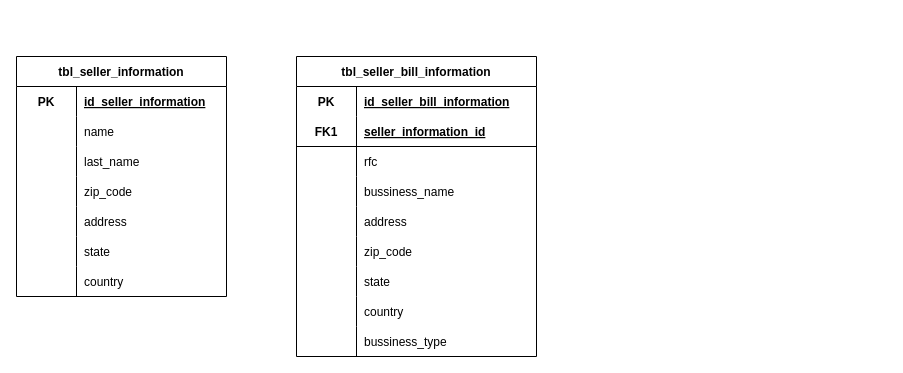
This is Untitled Diagram.drawio from Abahafart/entity-relation, a draw.io file, before an edit. Source tidied: cells renumbered, new cells numbered last; positions are measured from the earlier drawing's top-left corner, leaving out a move shared by most shapes. Both pictures are drawn from the tidied source at 100%, with x=0, y=0 at pixel (16, 56).
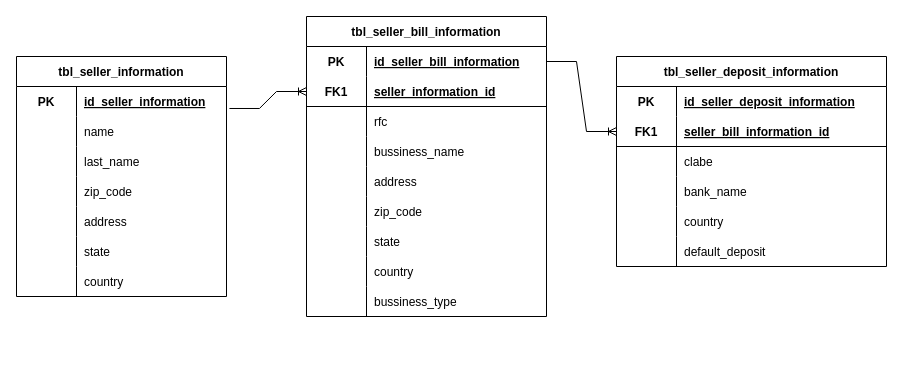
The same diagram, later.

Commit message:
add third table tbl_seller_deposit_information

Unchanged cells that the change refers to:
```xml
<mxCell id="3" style="shape=tableRow;horizontal=0;startSize=0;swimlaneHead=0;swimlaneBody=0;fillColor=none;points=[[0,0.5],[1,0.5]];portConstraint=eastwest;top=0;left=0;right=0;bottom=0;" parent="2" vertex="1">
  <mxGeometry y="30" width="210" height="30" as="geometry" />
</mxCell>
<mxCell id="25" style="shape=tableRow;horizontal=0;startSize=0;swimlaneHead=0;swimlaneBody=0;fillColor=none;points=[[0,0.5],[1,0.5]];portConstraint=eastwest;top=0;left=0;right=0;bottom=0;" parent="24" vertex="1">
  <mxGeometry y="30" width="240" height="30" as="geometry" />
</mxCell>
<mxCell id="28" style="shape=tableRow;horizontal=0;startSize=0;swimlaneHead=0;swimlaneBody=0;fillColor=none;points=[[0,0.5],[1,0.5]];portConstraint=eastwest;top=0;left=0;right=0;bottom=1;" parent="24" vertex="1">
  <mxGeometry y="60" width="240" height="30" as="geometry" />
</mxCell>
```

The edit, as a diff of the source:
```diff
@@
     <mxCell id="24" value="tbl_seller_bill_information" style="shape=table;startSize=30;childLayout=tableLayout;rowLines=0;fontStyle=1;align=center;" parent="1" vertex="1">
-      <mxGeometry x="280" width="240" height="300" as="geometry" />
+      <mxGeometry x="290" y="-40" width="240" height="300" as="geometry" />
     </mxCell>
@@
+    <mxCell id="52" style="edgeStyle=entityRelationEdgeStyle;fontSize=12;html=1;endArrow=ERoneToMany;rounded=0;entryX=0;entryY=0.5;entryDx=0;entryDy=0;exitX=1.014;exitY=0.733;exitDx=0;exitDy=0;exitPerimeter=0;" parent="1" edge="1" source="3" target="28">
+      <mxGeometry relative="1" as="geometry" />
+    </mxCell>
+    <mxCell id="53" value="tbl_seller_deposit_information" style="shape=table;startSize=30;childLayout=tableLayout;rowLines=0;fontStyle=1;align=center;" parent="1" vertex="1">
+      <mxGeometry x="600" width="270" height="210" as="geometry" />
+    </mxCell>
+    <mxCell id="54" style="shape=tableRow;horizontal=0;startSize=0;swimlaneHead=0;swimlaneBody=0;fillColor=none;top=0;left=0;right=0;bottom=0;" parent="53" vertex="1">
+      <mxGeometry y="30" width="270" height="30" as="geometry" />
+    </mxCell>
+    <mxCell id="55" value="PK" style="shape=partialRectangle;fillColor=none;top=0;left=0;bottom=0;right=0;fontStyle=1;overflow=hidden;" parent="54" vertex="1">
+      <mxGeometry width="60" height="30" as="geometry" />
+    </mxCell>
+    <mxCell id="56" value="id_seller_deposit_information" style="shape=partialRectangle;fillColor=none;top=0;left=0;bottom=0;right=0;align=left;spacingLeft=6;fontStyle=5;overflow=hidden;" parent="54" vertex="1">
+      <mxGeometry x="60" width="210" height="30" as="geometry" />
+    </mxCell>
+    <mxCell id="57" style="shape=tableRow;horizontal=0;startSize=0;swimlaneHead=0;swimlaneBody=0;fillColor=none;points=[[0,0.5],[1,0.5]];portConstraint=eastwest;top=0;left=0;right=0;bottom=1;" parent="53" vertex="1">
+      <mxGeometry y="60" width="270" height="30" as="geometry" />
+    </mxCell>
+    <mxCell id="58" value="FK1" style="shape=partialRectangle;fillColor=none;top=0;left=0;bottom=0;right=0;fontStyle=1;overflow=hidden;" parent="57" vertex="1">
+      <mxGeometry width="60" height="30" as="geometry" />
+    </mxCell>
+    <mxCell id="59" value="seller_bill_information_id" style="shape=partialRectangle;fillColor=none;top=0;left=0;bottom=0;right=0;align=left;spacingLeft=6;fontStyle=5;overflow=hidden;" parent="57" vertex="1">
+      <mxGeometry x="60" width="210" height="30" as="geometry" />
+    </mxCell>
+    <mxCell id="60" style="shape=tableRow;horizontal=0;startSize=0;swimlaneHead=0;swimlaneBody=0;fillColor=none;top=0;left=0;right=0;bottom=0;" parent="53" vertex="1">
+      <mxGeometry y="90" width="270" height="30" as="geometry" />
+    </mxCell>
+    <mxCell id="61" style="shape=partialRectangle;fillColor=none;top=0;left=0;bottom=0;right=0;overflow=hidden;" parent="60" vertex="1">
+      <mxGeometry width="60" height="30" as="geometry" />
+    </mxCell>
+    <mxCell id="62" value="clabe" style="shape=partialRectangle;fillColor=none;top=0;left=0;bottom=0;right=0;align=left;spacingLeft=6;overflow=hidden;" parent="60" vertex="1">
+      <mxGeometry x="60" width="210" height="30" as="geometry" />
+    </mxCell>
+    <mxCell id="63" style="shape=tableRow;horizontal=0;startSize=0;swimlaneHead=0;swimlaneBody=0;fillColor=none;top=0;left=0;right=0;bottom=0;" parent="53" vertex="1">
+      <mxGeometry y="120" width="270" height="30" as="geometry" />
+    </mxCell>
+    <mxCell id="64" style="shape=partialRectangle;fillColor=none;top=0;left=0;bottom=0;right=0;overflow=hidden;" parent="63" vertex="1">
+      <mxGeometry width="60" height="30" as="geometry" />
+    </mxCell>
+    <mxCell id="65" value="bank_name" style="shape=partialRectangle;fillColor=none;top=0;left=0;bottom=0;right=0;align=left;spacingLeft=6;overflow=hidden;" parent="63" vertex="1">
+      <mxGeometry x="60" width="210" height="30" as="geometry" />
+    </mxCell>
+    <mxCell id="66" style="shape=tableRow;horizontal=0;startSize=0;swimlaneHead=0;swimlaneBody=0;fillColor=none;top=0;left=0;right=0;bottom=0;" parent="53" vertex="1">
+      <mxGeometry y="150" width="270" height="30" as="geometry" />
+    </mxCell>
+    <mxCell id="67" style="shape=partialRectangle;fillColor=none;top=0;left=0;bottom=0;right=0;overflow=hidden;" parent="66" vertex="1">
+      <mxGeometry width="60" height="30" as="geometry" />
+    </mxCell>
+    <mxCell id="68" value="country" style="shape=partialRectangle;fillColor=none;top=0;left=0;bottom=0;right=0;align=left;spacingLeft=6;overflow=hidden;" parent="66" vertex="1">
+      <mxGeometry x="60" width="210" height="30" as="geometry" />
+    </mxCell>
+    <mxCell id="69" style="shape=tableRow;horizontal=0;startSize=0;swimlaneHead=0;swimlaneBody=0;fillColor=none;top=0;left=0;right=0;bottom=0;" parent="53" vertex="1">
+      <mxGeometry y="180" width="270" height="30" as="geometry" />
+    </mxCell>
+    <mxCell id="70" style="shape=partialRectangle;fillColor=none;top=0;left=0;bottom=0;right=0;overflow=hidden;" parent="69" vertex="1">
+      <mxGeometry width="60" height="30" as="geometry" />
+    </mxCell>
+    <mxCell id="71" value="default_deposit" style="shape=partialRectangle;fillColor=none;top=0;left=0;bottom=0;right=0;align=left;spacingLeft=6;overflow=hidden;" parent="69" vertex="1">
+      <mxGeometry x="60" width="210" height="30" as="geometry" />
+    </mxCell>
+    <mxCell id="72" style="edgeStyle=entityRelationEdgeStyle;fontSize=12;html=1;endArrow=ERoneToMany;rounded=0;exitX=1;exitY=0.5;exitDx=0;exitDy=0;entryX=0;entryY=0.5;entryDx=0;entryDy=0;" parent="1" edge="1" source="25" target="57">
+      <mxGeometry relative="1" as="geometry" />
+    </mxCell>
```
